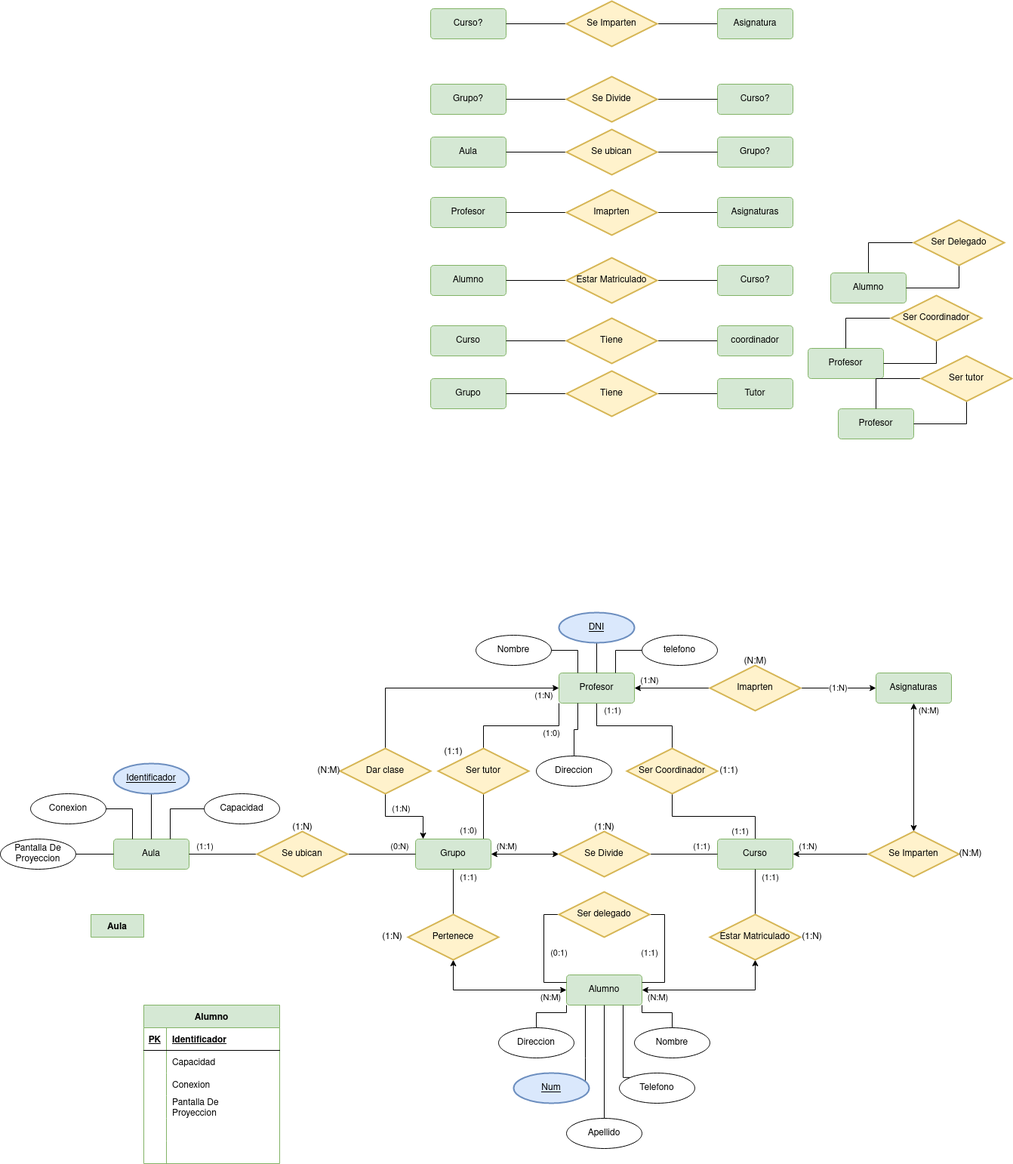
Angel-L-G/Base-Datos keeps this draw.io diagram as tareas base de datos/Actividades_Esquemas/Actividades_Esquemas/Diagrama Sen nome.drawio.png. Above is the earlier version. Source tidied: cells renumbered, new cells last; positions are measured from the earlier drawing's top-left corner, leaving out a move shared by most shapes.
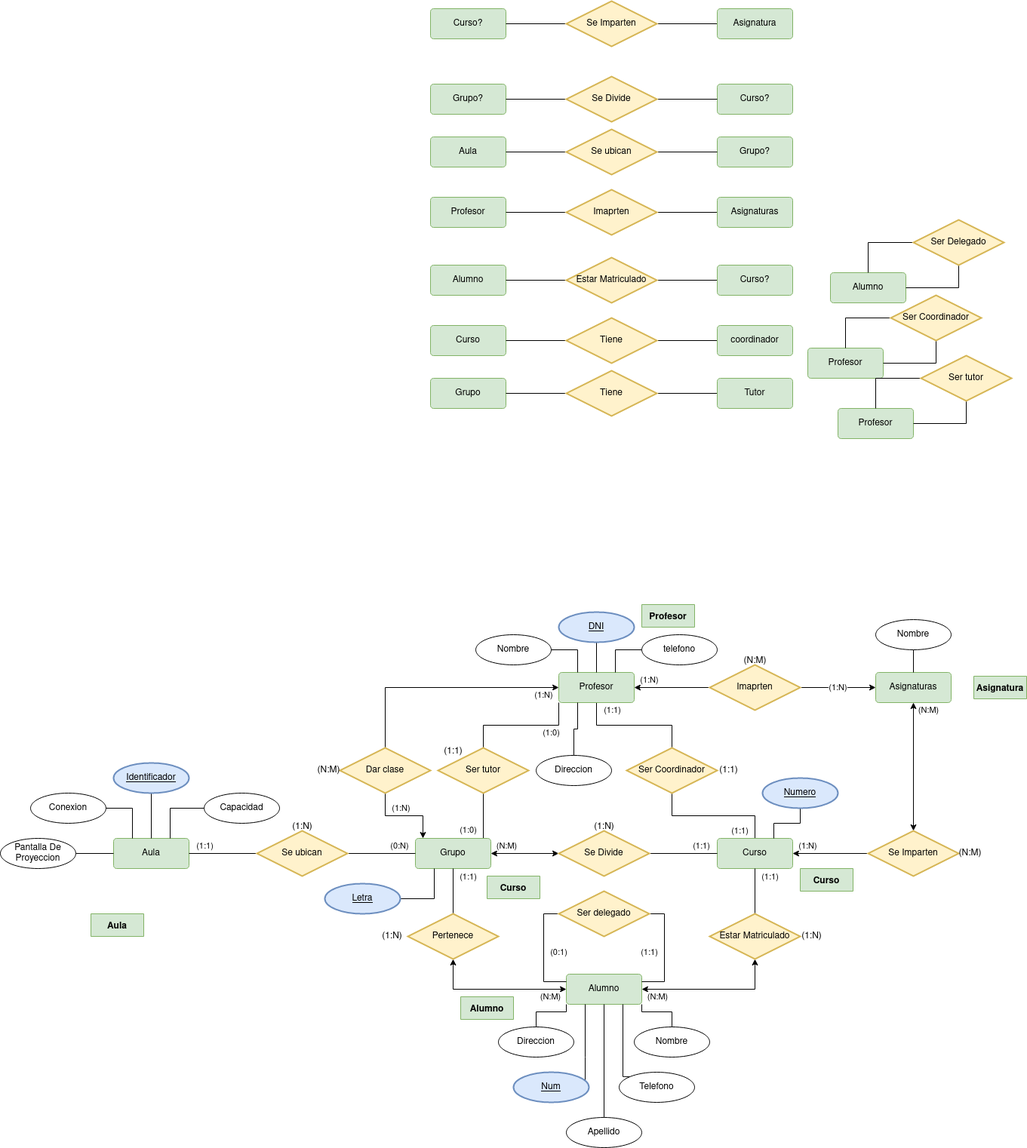
Above is the later version.

The edit, as a diff of the source:
```diff
@@ -397,63 +397,9 @@
     <mxCell id="112" value="Aula" style="shape=table;startSize=30;rowLines=0;fontStyle=1;align=center;fillColor=#d5e8d4;strokeColor=#82b366;" parent="1" vertex="1" collapsed="1">
       <mxGeometry x="120" y="1210" width="70" height="30" as="geometry" />
     </mxCell>
-    <mxCell id="113" value="Alumno" style="shape=table;startSize=30;rowLines=0;fontStyle=1;align=center;fillColor=#d5e8d4;strokeColor=#82b366;" parent="1" vertex="1">
-      <mxGeometry x="190" y="1330" width="180" height="210" as="geometry" />
+    <mxCell id="113" value="Alumno" style="shape=table;startSize=30;rowLines=0;fontStyle=1;align=center;fillColor=#d5e8d4;strokeColor=#82b366;" parent="1" vertex="1" collapsed="1">
+      <mxGeometry x="610" y="1320" width="70" height="30" as="geometry" />
     </mxCell>
-    <mxCell id="114" style="shape=tableRow;horizontal=0;startSize=0;swimlaneHead=0;swimlaneBody=0;fillColor=none;top=0;left=0;right=0;bottom=1;" parent="113" vertex="1">
-      <mxGeometry y="30" width="180" height="30" as="geometry" />
-    </mxCell>
-    <mxCell id="115" value="PK" style="shape=partialRectangle;fillColor=none;top=0;left=0;bottom=0;right=0;fontStyle=5;overflow=hidden;" parent="114" vertex="1">
-      <mxGeometry width="30" height="30" as="geometry" />
-    </mxCell>
-    <mxCell id="116" value="Identificador" style="shape=partialRectangle;fillColor=none;top=0;left=0;bottom=0;right=0;align=left;spacingLeft=6;fontStyle=5;overflow=hidden;" parent="114" vertex="1">
-      <mxGeometry x="30" width="150" height="30" as="geometry" />
-    </mxCell>
-    <mxCell id="117" style="shape=tableRow;horizontal=0;startSize=0;swimlaneHead=0;swimlaneBody=0;fillColor=none;top=0;left=0;right=0;bottom=0;" parent="113" vertex="1">
-      <mxGeometry y="60" width="180" height="30" as="geometry" />
-    </mxCell>
-    <mxCell id="118" style="shape=partialRectangle;fillColor=none;top=0;left=0;bottom=0;right=0;overflow=hidden;" parent="117" vertex="1">
-      <mxGeometry width="30" height="30" as="geometry" />
-    </mxCell>
-    <mxCell id="119" value="Capacidad" style="shape=partialRectangle;fillColor=none;top=0;left=0;bottom=0;right=0;align=left;spacingLeft=6;overflow=hidden;" parent="117" vertex="1">
-      <mxGeometry x="30" width="150" height="30" as="geometry" />
-    </mxCell>
-    <mxCell id="120" style="shape=tableRow;horizontal=0;startSize=0;swimlaneHead=0;swimlaneBody=0;fillColor=none;top=0;left=0;right=0;bottom=0;" parent="113" vertex="1">
-      <mxGeometry y="90" width="180" height="30" as="geometry" />
-    </mxCell>
-    <mxCell id="121" style="shape=partialRectangle;fillColor=none;top=0;left=0;bottom=0;right=0;overflow=hidden;" parent="120" vertex="1">
-      <mxGeometry width="30" height="30" as="geometry" />
-    </mxCell>
-    <mxCell id="122" value="Conexion" style="shape=partialRectangle;fillColor=none;top=0;left=0;bottom=0;right=0;align=left;spacingLeft=6;overflow=hidden;" parent="120" vertex="1">
-      <mxGeometry x="30" width="150" height="30" as="geometry" />
-    </mxCell>
-    <mxCell id="123" style="shape=tableRow;horizontal=0;startSize=0;swimlaneHead=0;swimlaneBody=0;fillColor=none;top=0;left=0;right=0;bottom=0;" parent="113" vertex="1">
-      <mxGeometry y="120" width="180" height="30" as="geometry" />
-    </mxCell>
-    <mxCell id="124" style="shape=partialRectangle;fillColor=none;top=0;left=0;bottom=0;right=0;overflow=hidden;" parent="123" vertex="1">
-      <mxGeometry width="30" height="30" as="geometry" />
-    </mxCell>
-    <mxCell id="125" value="Pantalla De&#10;Proyeccion&#10;" style="shape=partialRectangle;fillColor=none;top=0;left=0;bottom=0;right=0;align=left;spacingLeft=6;overflow=hidden;" parent="123" vertex="1">
-      <mxGeometry x="30" width="150" height="30" as="geometry" />
-    </mxCell>
-    <mxCell id="126" style="shape=tableRow;horizontal=0;startSize=0;swimlaneHead=0;swimlaneBody=0;fillColor=none;top=0;left=0;right=0;bottom=0;" parent="113" vertex="1">
-      <mxGeometry y="150" width="180" height="30" as="geometry" />
-    </mxCell>
-    <mxCell id="127" style="shape=partialRectangle;fillColor=none;top=0;left=0;bottom=0;right=0;overflow=hidden;" parent="126" vertex="1">
-      <mxGeometry width="30" height="30" as="geometry" />
-    </mxCell>
-    <mxCell id="128" style="shape=partialRectangle;fillColor=none;top=0;left=0;bottom=0;right=0;align=left;spacingLeft=6;overflow=hidden;" parent="126" vertex="1">
-      <mxGeometry x="30" width="150" height="30" as="geometry" />
-    </mxCell>
-    <mxCell id="129" style="shape=tableRow;horizontal=0;startSize=0;swimlaneHead=0;swimlaneBody=0;fillColor=none;top=0;left=0;right=0;bottom=0;" parent="113" vertex="1">
-      <mxGeometry y="180" width="180" height="30" as="geometry" />
-    </mxCell>
-    <mxCell id="130" style="shape=partialRectangle;fillColor=none;top=0;left=0;bottom=0;right=0;overflow=hidden;" parent="129" vertex="1">
-      <mxGeometry width="30" height="30" as="geometry" />
-    </mxCell>
-    <mxCell id="131" style="shape=partialRectangle;fillColor=none;top=0;left=0;bottom=0;right=0;align=left;spacingLeft=6;overflow=hidden;" parent="129" vertex="1">
-      <mxGeometry x="30" width="150" height="30" as="geometry" />
-    </mxCell>
     <mxCell id="132" style="edgeStyle=orthogonalEdgeStyle;rounded=0;jettySize=auto;html=1;entryX=1;entryY=1;entryDx=0;entryDy=0;endArrow=none;endFill=0;" parent="1" edge="1" source="133" target="69">
       <mxGeometry relative="1" as="geometry" />
     </mxCell>
@@ -482,5 +428,35 @@
     <mxCell id="139" value="Apellido" style="ellipse;whiteSpace=wrap;html=1;align=center;strokeWidth=1;" parent="1" vertex="1">
       <mxGeometry x="750" y="1480" width="100" height="40" as="geometry" />
     </mxCell>
+    <mxCell id="140" value="Curso" style="shape=table;startSize=30;rowLines=0;fontStyle=1;align=center;fillColor=#d5e8d4;strokeColor=#82b366;" parent="1" vertex="1" collapsed="1">
+      <mxGeometry x="1060" y="1150" width="70" height="30" as="geometry" />
+    </mxCell>
+    <mxCell id="141" value="Asignatura" style="shape=table;startSize=30;rowLines=0;fontStyle=1;align=center;fillColor=#d5e8d4;strokeColor=#82b366;" parent="1" vertex="1" collapsed="1">
+      <mxGeometry x="1290" y="895" width="70" height="30" as="geometry" />
+    </mxCell>
+    <mxCell id="142" style="edgeStyle=orthogonalEdgeStyle;rounded=0;jettySize=auto;html=1;entryX=0.75;entryY=0;entryDx=0;entryDy=0;endArrow=none;endFill=0;" parent="1" edge="1" source="143" target="61">
+      <mxGeometry relative="1" as="geometry" />
+    </mxCell>
+    <mxCell id="143" value="Numero" style="ellipse;whiteSpace=wrap;html=1;align=center;fontStyle=4;strokeWidth=2;fillColor=#dae8fc;strokeColor=#6c8ebf;" parent="1" vertex="1">
+      <mxGeometry x="1010" y="1030" width="100" height="40" as="geometry" />
+    </mxCell>
+    <mxCell id="144" style="edgeStyle=orthogonalEdgeStyle;rounded=0;jettySize=auto;html=1;endArrow=none;endFill=0;" parent="1" edge="1" source="145" target="56">
+      <mxGeometry relative="1" as="geometry" />
+    </mxCell>
+    <mxCell id="145" value="Nombre" style="ellipse;whiteSpace=wrap;html=1;align=center;strokeWidth=1;" parent="1" vertex="1">
+      <mxGeometry x="1160" y="820" width="100" height="40" as="geometry" />
+    </mxCell>
+    <mxCell id="146" style="edgeStyle=orthogonalEdgeStyle;rounded=0;jettySize=auto;html=1;entryX=0.25;entryY=1;entryDx=0;entryDy=0;endArrow=none;endFill=0;" parent="1" edge="1" source="147" target="65">
+      <mxGeometry relative="1" as="geometry" />
+    </mxCell>
+    <mxCell id="147" value="Letra" style="ellipse;whiteSpace=wrap;html=1;align=center;fontStyle=4;strokeWidth=2;fillColor=#dae8fc;strokeColor=#6c8ebf;" parent="1" vertex="1">
+      <mxGeometry x="430" y="1170" width="100" height="40" as="geometry" />
+    </mxCell>
+    <mxCell id="148" value="Curso" style="shape=table;startSize=30;rowLines=0;fontStyle=1;align=center;fillColor=#d5e8d4;strokeColor=#82b366;" parent="1" vertex="1" collapsed="1">
+      <mxGeometry x="645" y="1160" width="70" height="30" as="geometry" />
+    </mxCell>
+    <mxCell id="149" value="Profesor" style="shape=table;startSize=30;rowLines=0;fontStyle=1;align=center;fillColor=#d5e8d4;strokeColor=#82b366;" parent="1" vertex="1" collapsed="1">
+      <mxGeometry x="850" y="800" width="70" height="30" as="geometry" />
+    </mxCell>
   </root>
 </mxGraphModel>
```
